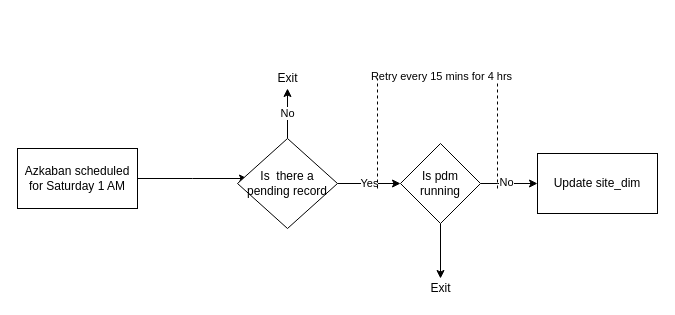
Earlier version of the draw.io diagram quarterly_update_1.drawio (UdayChokkam/diagrams). Source tidied: cells renumbered, new cells numbered last; positions are measured from the earlier drawing's top-left corner, leaving out a move shared by most shapes. Both pictures are drawn from the tidied source at 100%, with x=0, y=0 at pixel (17, 68).
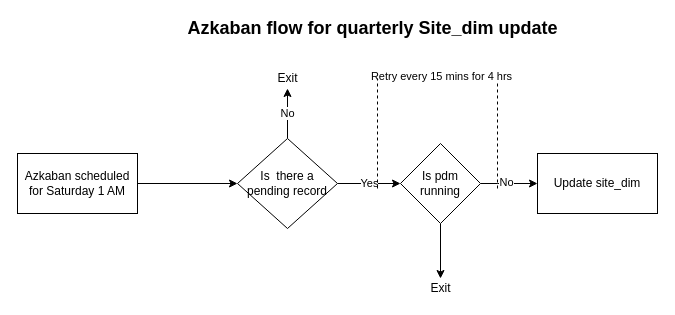
Above is the later version.

The change refers to these unchanged cells:
```xml
<mxCell id="6" value="Is &amp;nbsp;there a pending record" style="rhombus;whiteSpace=wrap;html=1;" parent="1" vertex="1">
  <mxGeometry x="220" y="70" width="100" height="90" as="geometry" />
</mxCell>
```

Change to the diagram source:
```diff
@@
-    <mxCell id="2" style="edgeStyle=orthogonalEdgeStyle;rounded=0;jettySize=auto;html=1;entryX=0;entryY=0.5;entryDx=0;entryDy=0;" parent="1" edge="1" source="3">
-      <mxGeometry relative="1" as="geometry">
-        <mxPoint x="230" y="110" as="targetPoint" />
-      </mxGeometry>
+    <mxCell id="2" style="edgeStyle=orthogonalEdgeStyle;rounded=0;jettySize=auto;html=1;entryX=0;entryY=0.5;entryDx=0;entryDy=0;" parent="1" edge="1" source="3" target="6">
+      <mxGeometry relative="1" as="geometry" />
     </mxCell>
     <mxCell id="3" value="Azkaban scheduled for Saturday 1 AM" style="rounded=0;whiteSpace=wrap;html=1;" parent="1" vertex="1">
-      <mxGeometry y="80" width="120" height="60" as="geometry" />
+      <mxGeometry y="85" width="120" height="60" as="geometry" />
     </mxCell>
@@
+    <mxCell id="18" value="&lt;b&gt;&lt;font style=&quot;font-size: 18px&quot;&gt;Azkaban flow for quarterly Site_dim update&lt;/font&gt;&lt;/b&gt;" style="text;html=1;align=center;verticalAlign=middle;strokeColor=none;" parent="1" vertex="1">
+      <mxGeometry x="160" y="-50" width="390" height="20" as="geometry" />
+    </mxCell>
```
